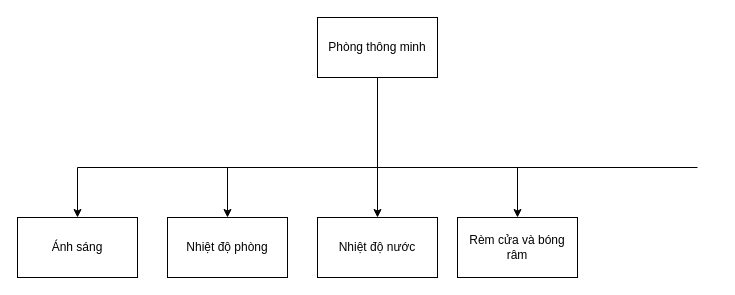
The draw.io diagram CDS_1.drawio in nmduc99/Draw, before the edit. Source tidied: cells renumbered, new cells numbered last; positions are measured from the earlier drawing's top-left corner, leaving out a move shared by most shapes. Both pictures are drawn from the tidied source at 100%, with x=0, y=0 at pixel (17, 17).
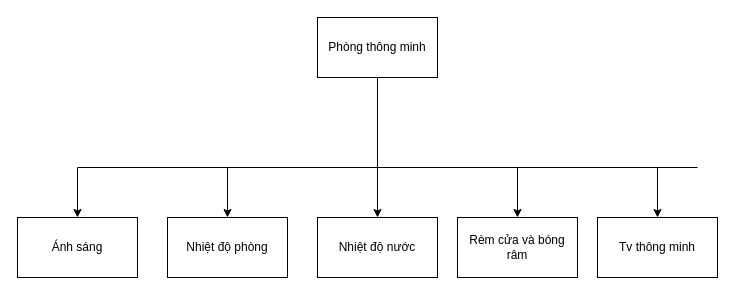
Above is the later version.

Change to the diagram source:
```diff
@@
+    <mxCell id="13" style="endArrow=classic;html=1;" parent="1" edge="1">
+      <mxGeometry relative="1" as="geometry">
+        <mxPoint x="640" y="150" as="sourcePoint" />
+        <mxPoint x="640" y="200" as="targetPoint" />
+      </mxGeometry>
+    </mxCell>
+    <mxCell id="14" value="Tv thông minh" style="rounded=0;whiteSpace=wrap;html=1;" parent="1" vertex="1">
+      <mxGeometry x="580" y="200" width="120" height="60" as="geometry" />
+    </mxCell>
```
